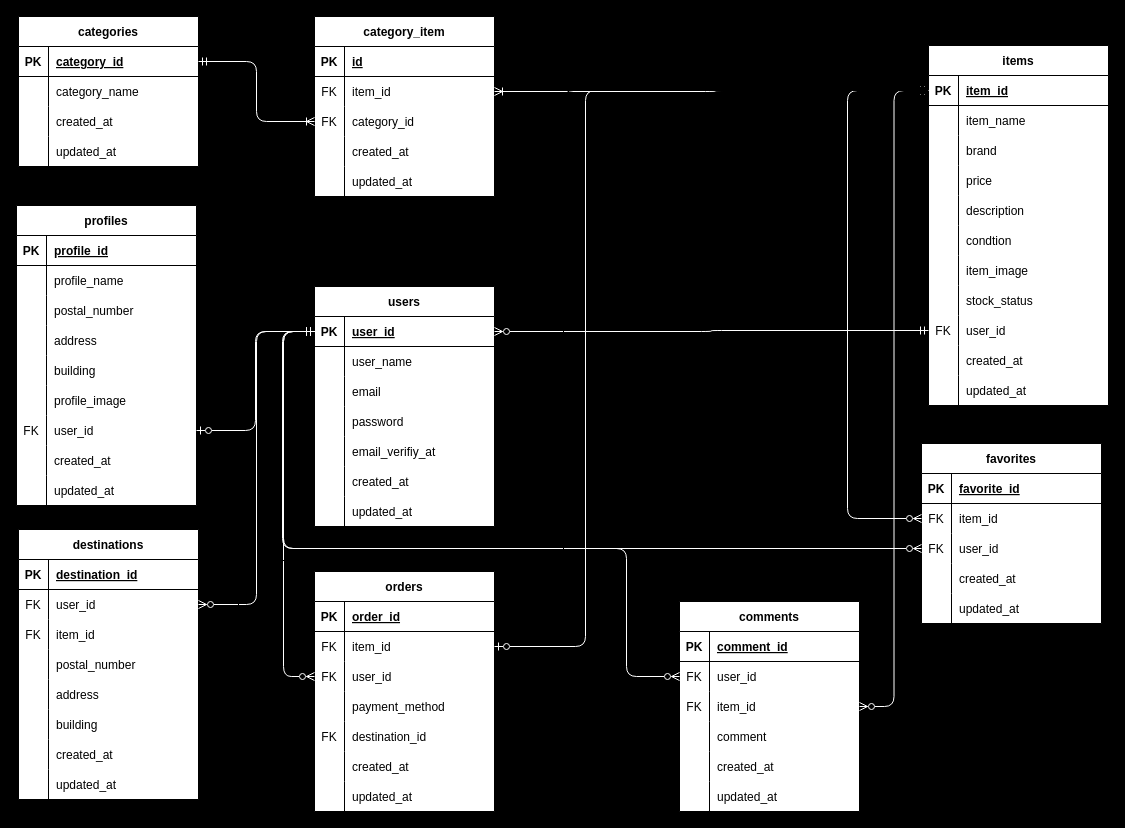
This is flea_markets_er.dio from ayuka-maruyama/coachtech_flea_markets, a draw.io file, before an edit. Source tidied: cells renumbered, new cells numbered last; positions are measured from the earlier drawing's top-left corner, leaving out a move shared by most shapes. Both pictures are drawn from the tidied source at 100%, with x=0, y=0 at pixel (16, 16).
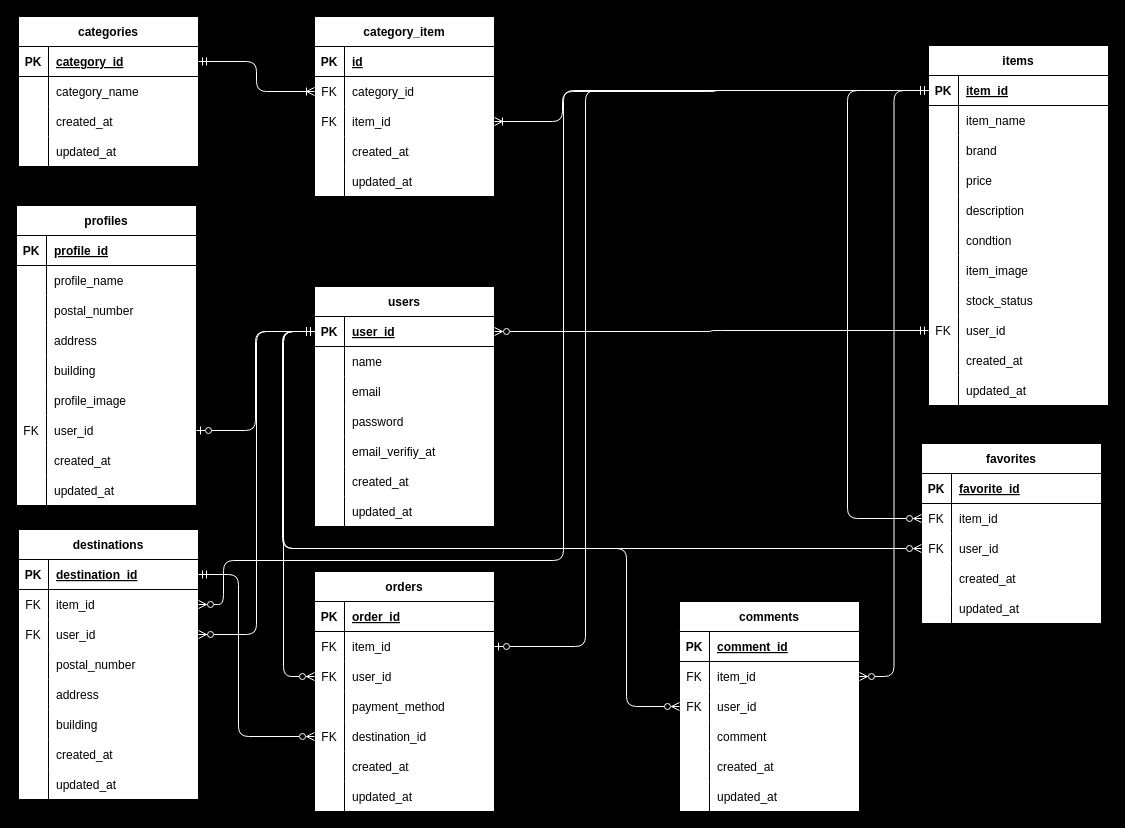
The same page after the edit.

Unchanged cells that the change refers to:
```xml
<mxCell id="3" style="shape=tableRow;horizontal=0;startSize=0;swimlaneHead=0;swimlaneBody=0;fillColor=none;points=[[0,0.5],[1,0.5]];portConstraint=eastwest;top=0;left=0;right=0;bottom=1;" parent="2" vertex="1">
  <mxGeometry y="30" width="180" height="30" as="geometry" />
</mxCell>
<mxCell id="16" style="shape=tableRow;horizontal=0;startSize=0;swimlaneHead=0;swimlaneBody=0;fillColor=none;points=[[0,0.5],[1,0.5]];portConstraint=eastwest;top=0;left=0;right=0;bottom=1;" parent="15" vertex="1">
  <mxGeometry y="30" width="180" height="30" as="geometry" />
</mxCell>
<mxCell id="19" style="shape=tableRow;horizontal=0;startSize=0;swimlaneHead=0;swimlaneBody=0;fillColor=none;top=0;left=0;right=0;bottom=0;" parent="15" vertex="1">
  <mxGeometry y="60" width="180" height="30" as="geometry" />
</mxCell>
<mxCell id="41" style="shape=tableRow;horizontal=0;startSize=0;swimlaneHead=0;swimlaneBody=0;fillColor=none;points=[[0,0.5],[1,0.5]];portConstraint=eastwest;top=0;left=0;right=0;bottom=0;" parent="37" vertex="1">
  <mxGeometry y="60" width="180" height="30" as="geometry" />
</mxCell>
<mxCell id="44" style="shape=tableRow;horizontal=0;startSize=0;swimlaneHead=0;swimlaneBody=0;fillColor=none;points=[[0,0.5],[1,0.5]];portConstraint=eastwest;top=0;left=0;right=0;bottom=0;" parent="37" vertex="1">
  <mxGeometry y="90" width="180" height="30" as="geometry" />
</mxCell>
<mxCell id="54" style="shape=tableRow;horizontal=0;startSize=0;swimlaneHead=0;swimlaneBody=0;fillColor=none;points=[[0,0.5],[1,0.5]];portConstraint=eastwest;top=0;left=0;right=0;bottom=1;" parent="53" vertex="1">
  <mxGeometry y="30" width="180" height="30" as="geometry" />
</mxCell>
<mxCell id="100" style="shape=tableRow;horizontal=0;startSize=0;swimlaneHead=0;swimlaneBody=0;fillColor=none;points=[[0,0.5],[1,0.5]];portConstraint=eastwest;top=0;left=0;right=0;bottom=0;" parent="87" vertex="1">
  <mxGeometry y="150" width="180" height="30" as="geometry" />
</mxCell>
<mxCell id="138" style="shape=tableRow;horizontal=0;startSize=0;swimlaneHead=0;swimlaneBody=0;fillColor=none;points=[[0,0.5],[1,0.5]];portConstraint=eastwest;top=0;left=0;right=0;bottom=1;" parent="137" vertex="1">
  <mxGeometry y="30" width="180" height="30" as="geometry" />
</mxCell>
<mxCell id="141" style="shape=tableRow;horizontal=0;startSize=0;swimlaneHead=0;swimlaneBody=0;fillColor=none;points=[[0,0.5],[1,0.5]];portConstraint=eastwest;top=0;left=0;right=0;bottom=0;" parent="137" vertex="1">
  <mxGeometry y="60" width="180" height="30" as="geometry" />
</mxCell>
<mxCell id="144" style="shape=tableRow;horizontal=0;startSize=0;swimlaneHead=0;swimlaneBody=0;fillColor=none;points=[[0,0.5],[1,0.5]];portConstraint=eastwest;top=0;left=0;right=0;bottom=0;" parent="137" vertex="1">
  <mxGeometry y="90" width="180" height="30" as="geometry" />
</mxCell>
<mxCell id="162" value="comments" style="shape=table;startSize=30;childLayout=tableLayout;rowLines=0;fontStyle=1;align=center;fillColor=default;swimlaneFillColor=default;" parent="1" vertex="1">
  <mxGeometry x="663" y="585" width="180" height="210" as="geometry" />
</mxCell>
<mxCell id="169" style="shape=tableRow;horizontal=0;startSize=0;swimlaneHead=0;swimlaneBody=0;fillColor=none;points=[[0,0.5],[1,0.5]];portConstraint=eastwest;top=0;left=0;right=0;bottom=0;" parent="162" vertex="1">
  <mxGeometry y="90" width="180" height="30" as="geometry" />
</mxCell>
```

Diff of the diagram source:
```diff
@@
-    <mxCell id="21" value="user_name" style="shape=partialRectangle;fillColor=none;top=0;left=0;bottom=0;right=0;align=left;spacingLeft=6;overflow=hidden;" parent="19" vertex="1">
+    <mxCell id="21" value="name" style="shape=partialRectangle;fillColor=none;top=0;left=0;bottom=0;right=0;align=left;spacingLeft=6;overflow=hidden;" parent="19" vertex="1">
       <mxGeometry x="30" width="150" height="30" as="geometry" />
     </mxCell>
@@
-    <mxCell id="43" value="item_id" style="shape=partialRectangle;fillColor=none;top=0;left=0;bottom=0;right=0;align=left;spacingLeft=6;overflow=hidden;" parent="41" vertex="1">
+    <mxCell id="43" value="category_id" style="shape=partialRectangle;fillColor=none;top=0;left=0;bottom=0;right=0;align=left;spacingLeft=6;overflow=hidden;" parent="41" vertex="1">
       <mxGeometry x="30" width="150" height="30" as="geometry" />
     </mxCell>
@@
-    <mxCell id="46" value="category_id" style="shape=partialRectangle;fillColor=none;top=0;left=0;bottom=0;right=0;align=left;spacingLeft=6;overflow=hidden;" parent="44" vertex="1">
+    <mxCell id="46" value="item_id" style="shape=partialRectangle;fillColor=none;top=0;left=0;bottom=0;right=0;align=left;spacingLeft=6;overflow=hidden;" parent="44" vertex="1">
       <mxGeometry x="30" width="150" height="30" as="geometry" />
     </mxCell>
@@
-    <mxCell id="143" value="user_id" style="shape=partialRectangle;fillColor=none;top=0;left=0;bottom=0;right=0;align=left;spacingLeft=6;overflow=hidden;" parent="141" vertex="1">
+    <mxCell id="143" value="item_id" style="shape=partialRectangle;fillColor=none;top=0;left=0;bottom=0;right=0;align=left;spacingLeft=6;overflow=hidden;" parent="141" vertex="1">
       <mxGeometry x="30" width="150" height="30" as="geometry" />
     </mxCell>
@@
-    <mxCell id="146" value="item_id" style="shape=partialRectangle;fillColor=none;top=0;left=0;bottom=0;right=0;align=left;spacingLeft=6;overflow=hidden;" parent="144" vertex="1">
+    <mxCell id="146" value="user_id" style="shape=partialRectangle;fillColor=none;top=0;left=0;bottom=0;right=0;align=left;spacingLeft=6;overflow=hidden;" parent="144" vertex="1">
       <mxGeometry x="30" width="150" height="30" as="geometry" />
     </mxCell>
@@
-    <mxCell id="166" style="shape=tableRow;horizontal=0;startSize=0;swimlaneHead=0;swimlaneBody=0;fillColor=none;points=[[0,0.5],[1,0.5]];portConstraint=eastwest;top=0;left=0;right=0;bottom=0;" parent="162" vertex="1">
+    <mxCell id="166" style="shape=tableRow;horizontal=0;startSize=0;swimlaneHead=0;swimlaneBody=0;fillColor=none;points=[[0,0.5],[1,0.5]];portConstraint=eastwest;top=0;left=0;right=0;bottom=0;verticalAlign=bottom;" parent="162" vertex="1">
       <mxGeometry y="60" width="180" height="30" as="geometry" />
     </mxCell>
@@
-    <mxCell id="168" value="user_id" style="shape=partialRectangle;fillColor=none;top=0;left=0;bottom=0;right=0;align=left;spacingLeft=6;overflow=hidden;" parent="166" vertex="1">
+    <mxCell id="168" value="item_id" style="shape=partialRectangle;fillColor=none;top=0;left=0;bottom=0;right=0;align=left;spacingLeft=6;overflow=hidden;" parent="166" vertex="1">
       <mxGeometry x="30" width="150" height="30" as="geometry" />
     </mxCell>
@@
-    <mxCell id="171" value="item_id" style="shape=partialRectangle;fillColor=none;top=0;left=0;bottom=0;right=0;align=left;spacingLeft=6;overflow=hidden;" parent="169" vertex="1">
+    <mxCell id="171" value="user_id" style="shape=partialRectangle;fillColor=none;top=0;left=0;bottom=0;right=0;align=left;spacingLeft=6;overflow=hidden;" parent="169" vertex="1">
       <mxGeometry x="30" width="150" height="30" as="geometry" />
     </mxCell>
@@
-    <mxCell id="197" style="edgeStyle=orthogonalEdgeStyle;html=1;exitX=1;exitY=0.5;exitDx=0;exitDy=0;entryX=0;entryY=0.5;entryDx=0;entryDy=0;endArrow=ERoneToMany;endFill=0;startArrow=ERmandOne;startFill=0;strokeColor=#FFFFFF;" parent="1" edge="1" source="3" target="44">
+    <mxCell id="197" style="edgeStyle=orthogonalEdgeStyle;html=1;exitX=1;exitY=0.5;exitDx=0;exitDy=0;endArrow=ERoneToMany;endFill=0;startArrow=ERmandOne;startFill=0;strokeColor=#FFFFFF;" parent="1" edge="1" source="3" target="41">
       <mxGeometry relative="1" as="geometry" />
     </mxCell>
-    <mxCell id="198" style="edgeStyle=orthogonalEdgeStyle;html=1;exitX=1;exitY=0.5;exitDx=0;exitDy=0;entryX=0;entryY=0.5;entryDx=0;entryDy=0;startArrow=ERoneToMany;startFill=0;endArrow=ERmandOne;endFill=0;strokeColor=#FFFFFF;" parent="1" edge="1" source="41" target="54">
+    <mxCell id="198" style="edgeStyle=orthogonalEdgeStyle;html=1;exitX=1;exitY=0.5;exitDx=0;exitDy=0;entryX=0;entryY=0.5;entryDx=0;entryDy=0;startArrow=ERoneToMany;startFill=0;endArrow=ERmandOne;endFill=0;strokeColor=#FFFFFF;" parent="1" edge="1" source="44" target="54">
       <mxGeometry relative="1" as="geometry">
         <Array as="points">
+          <mxPoint x="546" y="105" />
+          <mxPoint x="546" y="75" />
           <mxPoint x="699" y="75" />
+          <mxPoint x="699" y="74" />
         </Array>
       </mxGeometry>
     </mxCell>
@@
-    <mxCell id="204" style="edgeStyle=orthogonalEdgeStyle;html=1;exitX=1;exitY=0.5;exitDx=0;exitDy=0;entryX=0;entryY=0.5;entryDx=0;entryDy=0;strokeColor=#FFFFFF;startArrow=ERzeroToMany;startFill=0;endArrow=ERmandOne;endFill=0;" parent="1" edge="1" source="169" target="54">
+    <mxCell id="204" style="edgeStyle=orthogonalEdgeStyle;html=1;exitX=1;exitY=0.5;exitDx=0;exitDy=0;entryX=0;entryY=0.5;entryDx=0;entryDy=0;strokeColor=#FFFFFF;startArrow=ERzeroToMany;startFill=0;endArrow=ERmandOne;endFill=0;" parent="1" edge="1" source="166" target="54">
       <mxGeometry relative="1" as="geometry" />
     </mxCell>
@@
-    <mxCell id="206" style="edgeStyle=orthogonalEdgeStyle;html=1;exitX=0;exitY=0.5;exitDx=0;exitDy=0;entryX=0;entryY=0.5;entryDx=0;entryDy=0;strokeColor=#FFFFFF;startArrow=ERzeroToMany;startFill=0;endArrow=ERmandOne;endFill=0;" parent="1" edge="1" source="166" target="16">
+    <mxCell id="206" style="edgeStyle=orthogonalEdgeStyle;html=1;exitX=0;exitY=0.5;exitDx=0;exitDy=0;entryX=0;entryY=0.5;entryDx=0;entryDy=0;strokeColor=#FFFFFF;startArrow=ERzeroToMany;startFill=0;endArrow=ERmandOne;endFill=0;" parent="1" edge="1" source="169" target="16">
       <mxGeometry relative="1" as="geometry">
         <Array as="points">
-          <mxPoint x="610" y="660" />
+          <mxPoint x="610" y="690" />
           <mxPoint x="610" y="532" />
           <mxPoint x="266" y="532" />
           <mxPoint x="266" y="315" />
         </Array>
       </mxGeometry>
     </mxCell>
-    <mxCell id="207" style="edgeStyle=orthogonalEdgeStyle;html=1;exitX=1;exitY=0.5;exitDx=0;exitDy=0;endArrow=ERmandOne;endFill=0;startArrow=ERzeroToMany;startFill=0;strokeColor=#FFFFFF;" parent="1" edge="1" source="141" target="16">
+    <mxCell id="207" style="edgeStyle=orthogonalEdgeStyle;html=1;endArrow=ERmandOne;endFill=0;startArrow=ERzeroToMany;startFill=0;strokeColor=#FFFFFF;" parent="1" edge="1" source="144" target="16">
       <mxGeometry relative="1" as="geometry" />
     </mxCell>
-    <mxCell id="208" style="edgeStyle=orthogonalEdgeStyle;html=1;exitX=1;exitY=0.5;exitDx=0;exitDy=0;entryX=0;entryY=0.5;entryDx=0;entryDy=0;startArrow=ERzeroToMany;startFill=0;endArrow=ERmandOne;endFill=0;" parent="1" edge="1" source="144" target="54">
+    <mxCell id="208" style="edgeStyle=orthogonalEdgeStyle;html=1;exitX=1;exitY=0.5;exitDx=0;exitDy=0;entryX=0;entryY=0.5;entryDx=0;entryDy=0;startArrow=ERzeroToMany;startFill=0;endArrow=ERmandOne;endFill=0;strokeColor=#FFFFFF;" parent="1" edge="1" source="141" target="54">
       <mxGeometry relative="1" as="geometry">
         <Array as="points">
-          <mxPoint x="249" y="618" />
-          <mxPoint x="249" y="544" />
+          <mxPoint x="207" y="588" />
+          <mxPoint x="207" y="544" />
           <mxPoint x="547" y="544" />
           <mxPoint x="547" y="74" />
         </Array>
       </mxGeometry>
     </mxCell>
-    <mxCell id="209" style="edgeStyle=orthogonalEdgeStyle;html=1;exitX=0;exitY=0.5;exitDx=0;exitDy=0;entryX=1;entryY=0.5;entryDx=0;entryDy=0;startArrow=ERzeroToMany;startFill=0;endArrow=ERmandOne;endFill=0;" parent="1" edge="1" source="100" target="138">
+    <mxCell id="209" style="edgeStyle=orthogonalEdgeStyle;html=1;exitX=0;exitY=0.5;exitDx=0;exitDy=0;entryX=1;entryY=0.5;entryDx=0;entryDy=0;startArrow=ERzeroToMany;startFill=0;endArrow=ERmandOne;endFill=0;strokeColor=#FFFFFF;" parent="1" edge="1" source="100" target="138">
       <mxGeometry relative="1" as="geometry">
         <Array as="points">
           <mxPoint x="222" y="720" />
           <mxPoint x="222" y="558" />
         </Array>
       </mxGeometry>
     </mxCell>
```
